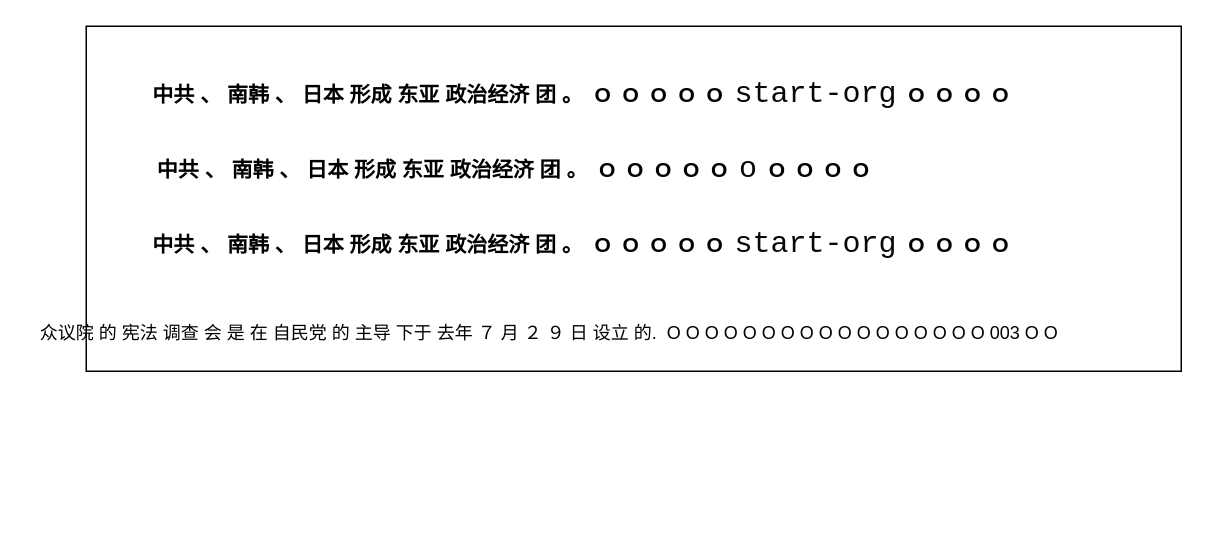
The draw.io diagram keys ayasi.drawio in gitofding/first_repository, before the edit. Source tidied: cells renumbered, new cells numbered last; positions are measured from the earlier drawing's top-left corner, leaving out a move shared by most shapes. Both pictures are drawn from the tidied source at 150%, with x=0, y=0 at pixel (26, 26).
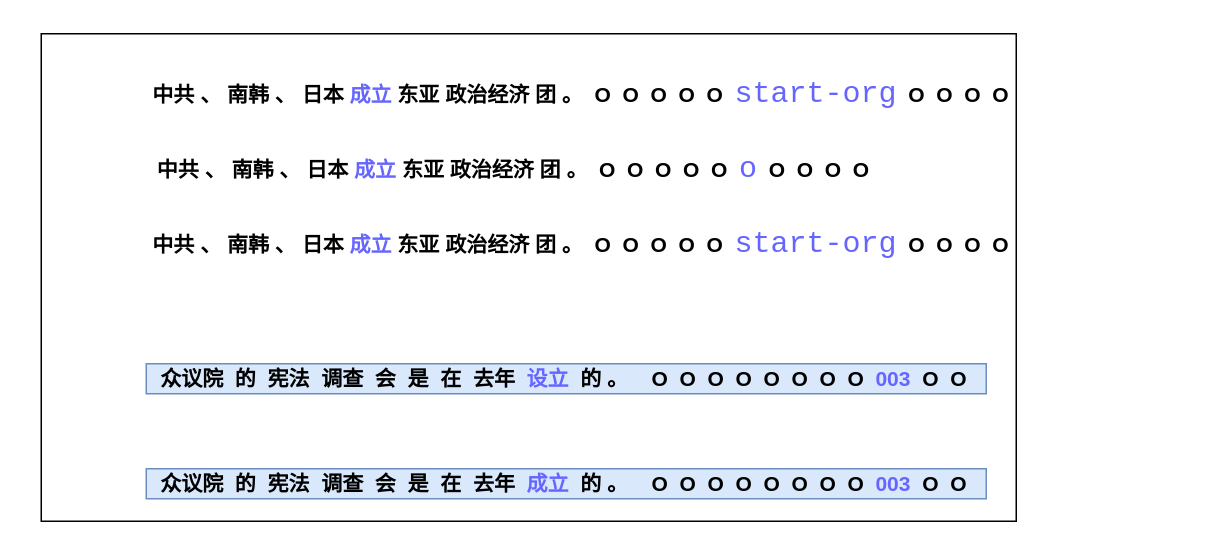
Above is the later version.

What changed in the source:
```diff
@@
 <mxGraphModel>
   <root>
     <mxCell id="0" />
     <mxCell id="1" parent="0" />
     <mxCell id="2" style="rounded=0;whiteSpace=wrap;html=1;" parent="1" vertex="1">
-      <mxGeometry x="40" width="730" height="230" as="geometry" />
+      <mxGeometry x="10" y="5" width="650" height="325" as="geometry" />
     </mxCell>
-    <mxCell id="3" value="&lt;span style=&quot;font-size: 14px&quot;&gt;&lt;b&gt;中共 、 南韩 、 日本 形成 东亚 政治经济 团 。&lt;span&gt; &lt;/span&gt;&amp;nbsp;O&amp;nbsp; O&amp;nbsp; O&amp;nbsp; O&amp;nbsp; O&amp;nbsp;&amp;nbsp;&lt;/b&gt;&lt;/span&gt;&lt;span style=&quot;background-color: rgb(255 , 255 , 255) ; color: rgb(8 , 8 , 8) ; font-family: &amp;#34;consolas&amp;#34; , monospace ; font-size: 15pt&quot;&gt;start-org&lt;/span&gt;&lt;b style=&quot;font-size: 14px&quot;&gt;&amp;nbsp; O&amp;nbsp; O&amp;nbsp; O&amp;nbsp; O&lt;/b&gt;" style="text;html=1;strokeColor=none;fillColor=none;align=center;verticalAlign=middle;whiteSpace=wrap;rounded=0;" parent="1" vertex="1">
+    <mxCell id="3" value="&lt;span style=&quot;font-size: 14px&quot;&gt;&lt;b&gt;中共 、 南韩 、 日本 &lt;font color=&quot;#6666ff&quot;&gt;成立&lt;/font&gt; 东亚 政治经济 团 。&lt;span&gt; &lt;/span&gt;&amp;nbsp;O&amp;nbsp; O&amp;nbsp; O&amp;nbsp; O&amp;nbsp; O&amp;nbsp;&amp;nbsp;&lt;/b&gt;&lt;/span&gt;&lt;span style=&quot;background-color: rgb(255 , 255 , 255) ; font-family: &amp;#34;consolas&amp;#34; , monospace ; font-size: 15pt&quot;&gt;&lt;font color=&quot;#6666ff&quot;&gt;start-org&lt;/font&gt;&lt;/span&gt;&lt;b style=&quot;font-size: 14px&quot;&gt;&amp;nbsp; O&amp;nbsp; O&amp;nbsp; O&amp;nbsp; O&lt;/b&gt;" style="text;html=1;align=center;verticalAlign=middle;whiteSpace=wrap;rounded=0;" parent="1" vertex="1">
       <mxGeometry x="80" y="35" width="580" height="20" as="geometry" />
     </mxCell>
-    <mxCell id="4" value="众议院 的 宪法 调查 会 是 在 自民党 的 主导 下于 去年 ７ 月 ２ ９ 日 设立 的.&amp;nbsp;&lt;span&gt;&amp;nbsp;&lt;/span&gt;O O O O O O O O O O O O O O O O O 003 O O&amp;nbsp;" style="text;html=1;align=center;verticalAlign=middle;strokeColor=none;" parent="1" vertex="1">
-      <mxGeometry y="195" width="700" height="20" as="geometry" />
-    </mxCell>
-    <mxCell id="5" value="&lt;b style=&quot;font-size: 14px&quot;&gt;中共 、 南韩 、 日本 形成 东亚 政治经济 团 。&lt;span&gt; &lt;/span&gt;&amp;nbsp;O&amp;nbsp; O&amp;nbsp; O&amp;nbsp; O&amp;nbsp; O&amp;nbsp; &lt;/b&gt;&lt;font color=&quot;#080808&quot; face=&quot;consolas, monospace&quot;&gt;&lt;span style=&quot;font-size: 20px ; background-color: rgb(255 , 255 , 255)&quot;&gt;o&lt;/span&gt;&lt;/font&gt;&lt;b style=&quot;font-size: 14px&quot;&gt;&amp;nbsp; O&amp;nbsp; O&amp;nbsp; O&amp;nbsp; O&lt;/b&gt;" style="text;html=1;strokeColor=none;fillColor=none;align=center;verticalAlign=middle;whiteSpace=wrap;rounded=0;" parent="1" vertex="1">
+    <mxCell id="5" value="&lt;b style=&quot;font-size: 14px&quot;&gt;中共 、 南韩 、 日本 &lt;font color=&quot;#6666ff&quot;&gt;成立&lt;/font&gt;&amp;nbsp;东亚 政治经济 团 。&lt;span&gt; &lt;/span&gt;&amp;nbsp;O&amp;nbsp; O&amp;nbsp; O&amp;nbsp; O&amp;nbsp; O&amp;nbsp; &lt;/b&gt;&lt;font face=&quot;consolas, monospace&quot; color=&quot;#6666ff&quot;&gt;&lt;span style=&quot;font-size: 20px ; background-color: rgb(255 , 255 , 255)&quot;&gt;o&lt;/span&gt;&lt;/font&gt;&lt;b style=&quot;font-size: 14px&quot;&gt;&amp;nbsp; O&amp;nbsp; O&amp;nbsp; O&amp;nbsp; O&lt;/b&gt;" style="text;html=1;align=center;verticalAlign=middle;whiteSpace=wrap;rounded=0;" parent="1" vertex="1">
       <mxGeometry x="80" y="85" width="490" height="20" as="geometry" />
     </mxCell>
-    <mxCell id="6" value="&lt;span style=&quot;font-size: 14px&quot;&gt;&lt;b&gt;中共 、 南韩 、 日本 形成 东亚 政治经济 团 。&lt;span&gt; &lt;/span&gt;&amp;nbsp;O&amp;nbsp; O&amp;nbsp; O&amp;nbsp; O&amp;nbsp; O&amp;nbsp;&amp;nbsp;&lt;/b&gt;&lt;/span&gt;&lt;span style=&quot;background-color: rgb(255 , 255 , 255) ; color: rgb(8 , 8 , 8) ; font-family: &amp;#34;consolas&amp;#34; , monospace ; font-size: 15pt&quot;&gt;start-org&lt;/span&gt;&lt;b style=&quot;font-size: 14px&quot;&gt;&amp;nbsp; O&amp;nbsp; O&amp;nbsp; O&amp;nbsp; O&lt;/b&gt;" style="text;html=1;strokeColor=none;fillColor=none;align=center;verticalAlign=middle;whiteSpace=wrap;rounded=0;" parent="1" vertex="1">
-      <mxGeometry x="80" y="135" width="580" height="20" as="geometry" />
-    </mxCell>
+    <mxCell id="7" value="&lt;span style=&quot;font-size: 14px&quot;&gt;&lt;b&gt;中共 、 南韩 、 日本 &lt;font color=&quot;#6666ff&quot;&gt;成立&lt;/font&gt; 东亚 政治经济 团 。&lt;span&gt; &lt;/span&gt;&amp;nbsp;O&amp;nbsp; O&amp;nbsp; O&amp;nbsp; O&amp;nbsp; O&amp;nbsp;&amp;nbsp;&lt;/b&gt;&lt;/span&gt;&lt;span style=&quot;background-color: rgb(255 , 255 , 255) ; font-family: &amp;#34;consolas&amp;#34; , monospace ; font-size: 15pt&quot;&gt;&lt;font color=&quot;#6666ff&quot;&gt;start-org&lt;/font&gt;&lt;/span&gt;&lt;b style=&quot;font-size: 14px&quot;&gt;&amp;nbsp; O&amp;nbsp; O&amp;nbsp; O&amp;nbsp; O&lt;/b&gt;" style="text;html=1;align=center;verticalAlign=middle;whiteSpace=wrap;rounded=0;" parent="1" vertex="1">
+      <mxGeometry x="80" y="135" width="580" height="20" as="geometry" />
+    </mxCell>
+    <mxCell id="8" value="&lt;b style=&quot;font-size: 14px&quot;&gt;众议院&amp;nbsp; 的&amp;nbsp; 宪法&amp;nbsp; 调查&amp;nbsp; 会&amp;nbsp; 是&amp;nbsp; 在&amp;nbsp; 去年&amp;nbsp; &lt;font color=&quot;#6666ff&quot;&gt;成立&amp;nbsp;&lt;/font&gt; 的 。&amp;nbsp;&amp;nbsp;&amp;nbsp; O&amp;nbsp; O&amp;nbsp; O&amp;nbsp; O&amp;nbsp; O&amp;nbsp; O&amp;nbsp; O&amp;nbsp; O&amp;nbsp;&amp;nbsp;&lt;font color=&quot;#6666ff&quot;&gt;003&amp;nbsp;&lt;/font&gt; O&amp;nbsp; O&amp;nbsp;&lt;/b&gt;" style="text;html=1;align=center;verticalAlign=middle;strokeColor=#6c8ebf;fillColor=#dae8fc;" parent="1" vertex="1">
+      <mxGeometry x="80" y="295" width="560" height="20" as="geometry" />
+    </mxCell>
+    <mxCell id="9" value="&lt;b style=&quot;font-size: 14px&quot;&gt;众议院&amp;nbsp; 的&amp;nbsp; 宪法&amp;nbsp; 调查&amp;nbsp; 会&amp;nbsp; 是&amp;nbsp; 在&amp;nbsp; 去年&amp;nbsp; &lt;font color=&quot;#6666ff&quot;&gt;设立&amp;nbsp;&lt;/font&gt; 的 。&amp;nbsp;&amp;nbsp;&amp;nbsp; O&amp;nbsp; O&amp;nbsp; O&amp;nbsp; O&amp;nbsp; O&amp;nbsp; O&amp;nbsp; O&amp;nbsp; O&amp;nbsp;&amp;nbsp;&lt;font color=&quot;#6666ff&quot;&gt;003&amp;nbsp;&lt;/font&gt; O&amp;nbsp; O&amp;nbsp;&lt;/b&gt;" style="text;html=1;align=center;verticalAlign=middle;strokeColor=#6c8ebf;fillColor=#dae8fc;" parent="1" vertex="1">
+      <mxGeometry x="80" y="225" width="560" height="20" as="geometry" />
+    </mxCell>
   </root>
 </mxGraphModel>
```
